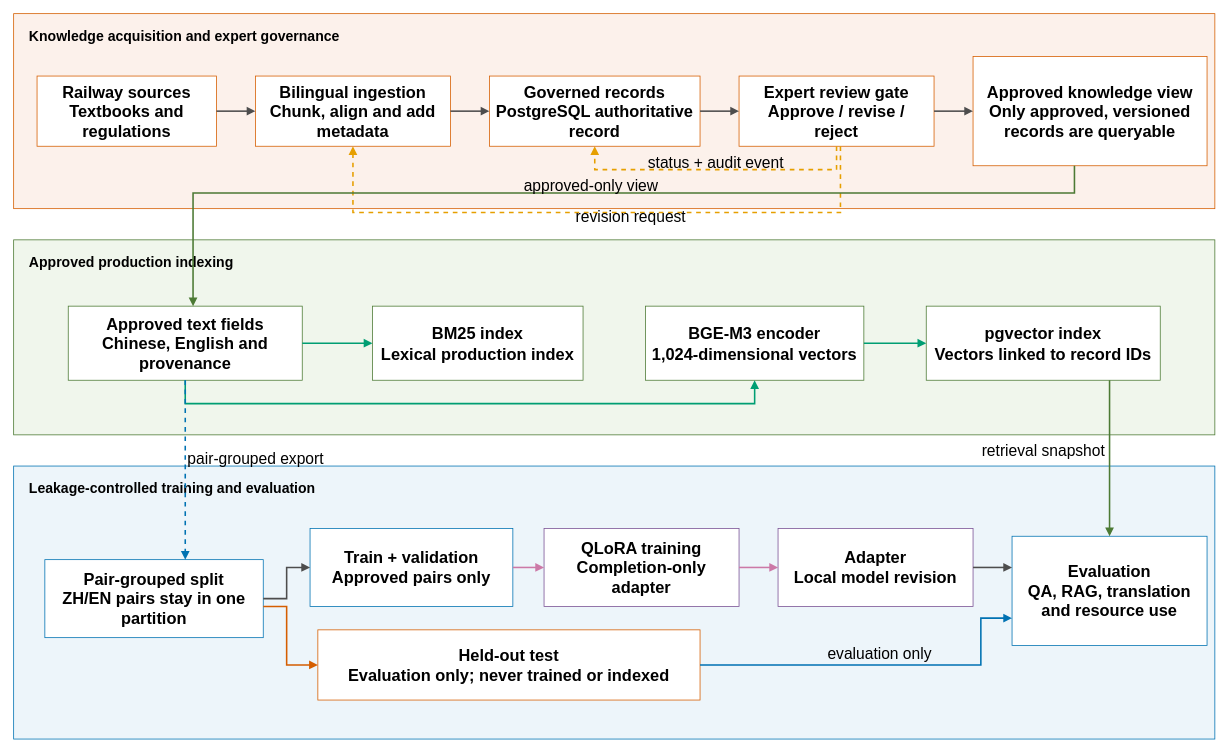
Above: paper/ijwis/figures/knowledge_governance_lifecycle.drawio in XuelinHu/resource-constrained-llm-eval (draw.io), before the change. Source tidied: cells renumbered, new cells numbered last; positions are measured from the earlier drawing's top-left corner, leaving out a move shared by most shapes. Both pictures are drawn from the tidied source at 78%, with x=0, y=0 at pixel (13, 13).
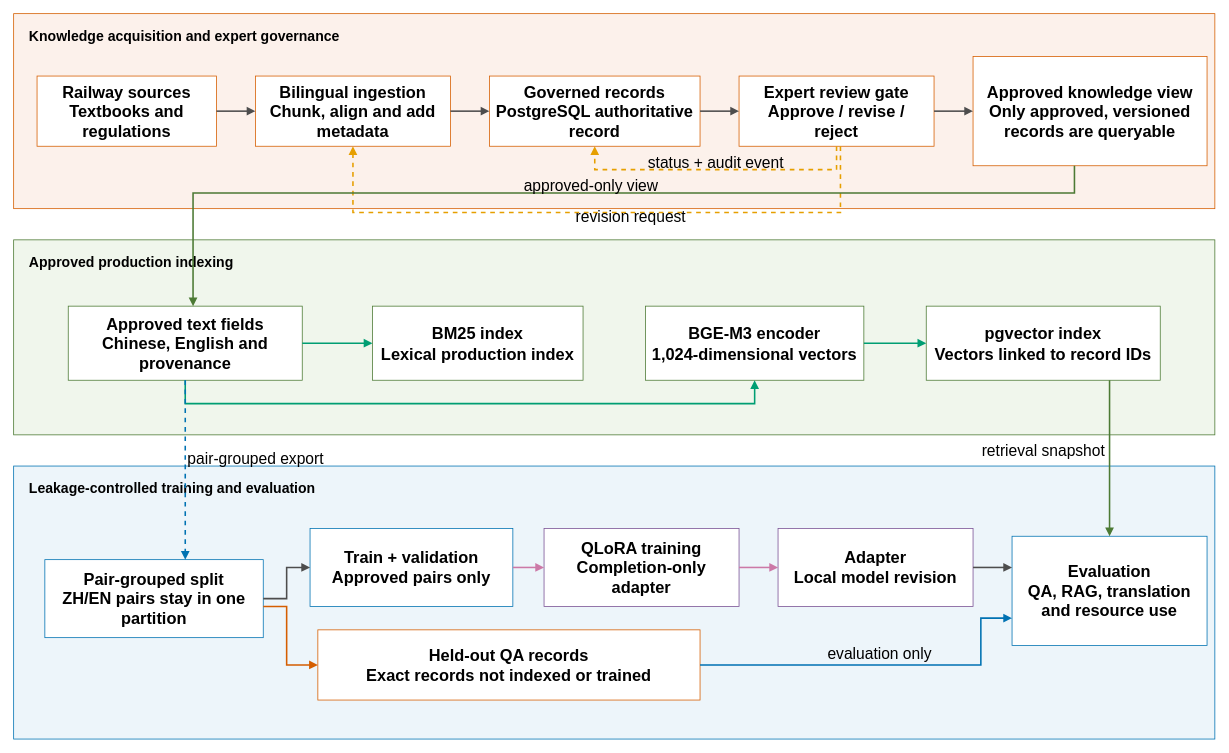
Above is the later version.

Diff of the diagram source:
```diff
@@
-    <mxCell id="16" value="Held-out test&#10;Evaluation only; never trained or indexed" style="rounded=0;whiteSpace=wrap;html=1;fontFamily=Arial;fontSize=21;fontStyle=1;strokeColor=#D55E00;fillColor=#ffffff;spacing=8;align=center;verticalAlign=middle;shadow=0;" parent="1" vertex="1">
+    <mxCell id="16" value="Held-out QA records&#10;Exact records not indexed or trained" style="rounded=0;whiteSpace=wrap;html=1;fontFamily=Arial;fontSize=21;fontStyle=1;strokeColor=#D55E00;fillColor=#ffffff;spacing=8;align=center;verticalAlign=middle;shadow=0;" parent="1" vertex="1">
       <mxGeometry x="390" y="790" width="490" height="90" as="geometry" />
     </mxCell>
```
